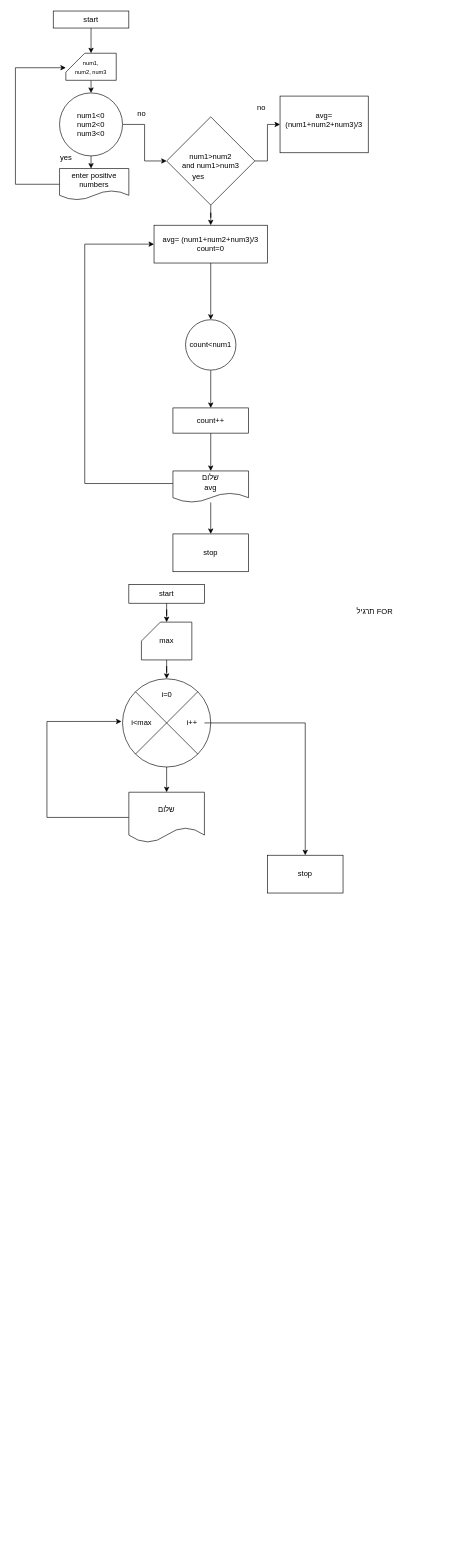
Above: page "23.11 שיעור" (9 of 10) of Untitled Diagram.drawio in IrisBo/test0001 (draw.io), before the change. Source tidied: cells renumbered, new cells numbered last; positions are measured from the earlier drawing's top-left corner, leaving out a move shared by most shapes. Both pictures are drawn from the tidied source at 63%, with x=0, y=0 at pixel (15, 11).
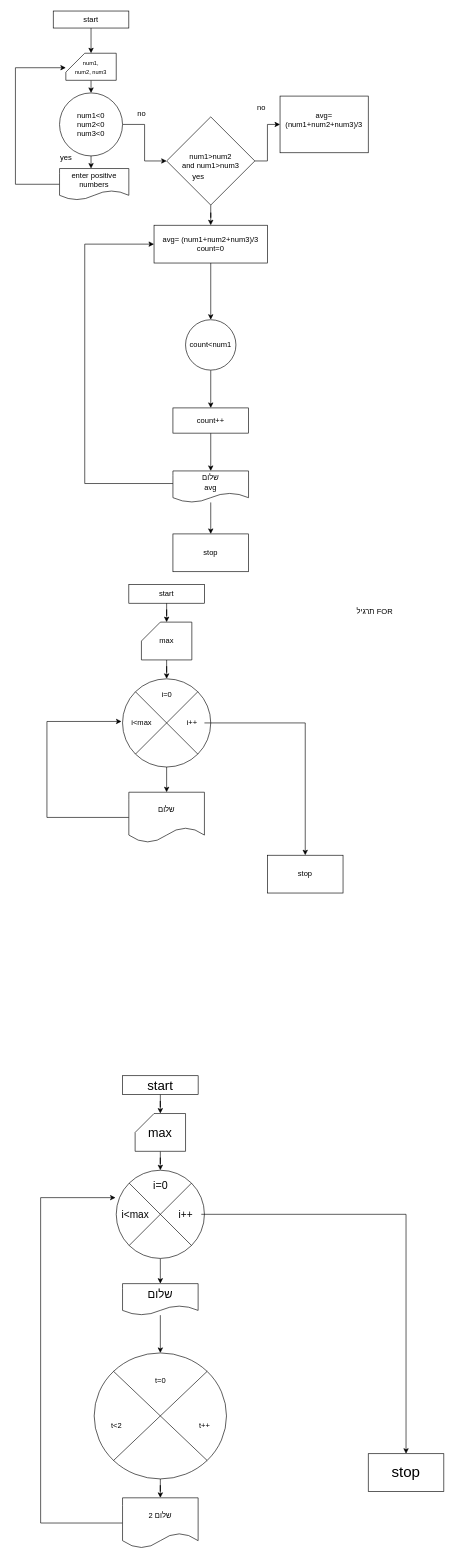
Above is the later version.

Diff of the diagram source:
```diff
@@
+    <mxCell id="47" style="edgeStyle=orthogonalEdgeStyle;rounded=0;jettySize=auto;html=1;" parent="1" edge="1" source="52" target="50">
+      <mxGeometry relative="1" as="geometry" />
+    </mxCell>
+    <mxCell id="48" value="&lt;font style=&quot;font-size: 21px;&quot;&gt;start&lt;/font&gt;" style="rounded=0;whiteSpace=wrap;html=1;" parent="1" vertex="1">
+      <mxGeometry x="170" y="1690" width="120" height="30" as="geometry" />
+    </mxCell>
+    <mxCell id="49" style="edgeStyle=orthogonalEdgeStyle;rounded=0;jettySize=auto;html=1;" parent="1" edge="1" source="50" target="60">
+      <mxGeometry relative="1" as="geometry" />
+    </mxCell>
+    <mxCell id="50" style="ellipse;whiteSpace=wrap;html=1;rounded=0;" parent="1" vertex="1">
+      <mxGeometry x="160" y="1840" width="140" height="140" as="geometry" />
+    </mxCell>
+    <mxCell id="51" style="edgeStyle=orthogonalEdgeStyle;rounded=0;jettySize=auto;html=1;" parent="1" edge="1" source="48" target="52">
+      <mxGeometry relative="1" as="geometry" />
+    </mxCell>
+    <mxCell id="52" value="&lt;font style=&quot;font-size: 20px;&quot;&gt;max&lt;/font&gt;" style="shape=card;whiteSpace=wrap;html=1;" parent="1" vertex="1">
+      <mxGeometry x="190" y="1750" width="80" height="60" as="geometry" />
+    </mxCell>
+    <mxCell id="53" style="endArrow=none;html=1;rounded=0;entryX=1;entryY=0;entryDx=0;entryDy=0;exitX=0;exitY=1;exitDx=0;exitDy=0;" parent="1" edge="1" source="50" target="50">
+      <mxGeometry relative="1" as="geometry" />
+    </mxCell>
+    <mxCell id="54" value="&lt;font style=&quot;font-size: 17px;&quot;&gt;i=0&lt;/font&gt;" style="text;html=1;align=center;verticalAlign=middle;strokeColor=none;fillColor=none;" parent="1" vertex="1">
+      <mxGeometry x="205" y="1850" width="50" height="30" as="geometry" />
+    </mxCell>
+    <mxCell id="55" style="endArrow=none;html=1;rounded=0;entryX=1;entryY=1;entryDx=0;entryDy=0;exitX=0;exitY=0;exitDx=0;exitDy=0;" parent="1" edge="1" source="50" target="50">
+      <mxGeometry relative="1" as="geometry" />
+    </mxCell>
+    <mxCell id="56" style="edgeStyle=orthogonalEdgeStyle;rounded=0;jettySize=auto;html=1;" parent="1" edge="1" source="57" target="68">
+      <mxGeometry relative="1" as="geometry" />
+    </mxCell>
+    <mxCell id="57" value="&lt;font style=&quot;font-size: 16px;&quot;&gt;i++&lt;/font&gt;" style="text;html=1;align=center;verticalAlign=middle;points=[];strokeColor=none;fillColor=none;" parent="1" vertex="1">
+      <mxGeometry x="245" y="1895" width="50" height="30" as="geometry" />
+    </mxCell>
+    <mxCell id="58" value="&lt;font style=&quot;font-size: 16px;&quot;&gt;i&amp;lt;max&lt;/font&gt;" style="text;html=1;align=center;verticalAlign=middle;strokeColor=none;fillColor=none;" parent="1" vertex="1">
+      <mxGeometry x="155" y="1895" width="70" height="30" as="geometry" />
+    </mxCell>
+    <mxCell id="59" style="edgeStyle=orthogonalEdgeStyle;rounded=0;jettySize=auto;html=1;" parent="1" edge="1" source="60" target="62">
+      <mxGeometry relative="1" as="geometry" />
+    </mxCell>
+    <mxCell id="60" value="&lt;font style=&quot;font-size: 18px;&quot;&gt;שלום&lt;/font&gt;" style="shape=document;whiteSpace=wrap;html=1;boundedLbl=1;rounded=0;" parent="1" vertex="1">
+      <mxGeometry x="170" y="2020" width="120" height="50" as="geometry" />
+    </mxCell>
+    <mxCell id="61" style="edgeStyle=orthogonalEdgeStyle;rounded=0;jettySize=auto;html=1;" parent="1" edge="1" source="62" target="67">
+      <mxGeometry relative="1" as="geometry" />
+    </mxCell>
+    <mxCell id="62" style="shape=sumEllipse;perimeter=ellipsePerimeter;whiteSpace=wrap;html=1;backgroundOutline=1;" parent="1" vertex="1">
+      <mxGeometry x="125" y="2130" width="210" height="200" as="geometry" />
+    </mxCell>
+    <mxCell id="63" value="t=0" style="text;html=1;align=center;verticalAlign=middle;strokeColor=none;fillColor=none;" parent="1" vertex="1">
+      <mxGeometry x="210" y="2160" width="40" height="30" as="geometry" />
+    </mxCell>
+    <mxCell id="64" value="t++" style="text;html=1;align=center;verticalAlign=middle;strokeColor=none;fillColor=none;" parent="1" vertex="1">
+      <mxGeometry x="280" y="2230" width="40" height="30" as="geometry" />
+    </mxCell>
+    <mxCell id="65" value="t&amp;lt;2" style="text;html=1;align=center;verticalAlign=middle;strokeColor=none;fillColor=none;" parent="1" vertex="1">
+      <mxGeometry x="140" y="2230" width="40" height="30" as="geometry" />
+    </mxCell>
+    <mxCell id="66" style="edgeStyle=orthogonalEdgeStyle;rounded=0;jettySize=auto;html=1;entryX=-0.008;entryY=0.311;entryDx=0;entryDy=0;entryPerimeter=0;" parent="1" edge="1" source="67" target="50">
+      <mxGeometry relative="1" as="geometry">
+        <Array as="points">
+          <mxPoint x="40" y="2400" />
+          <mxPoint x="40" y="1884" />
+        </Array>
+      </mxGeometry>
+    </mxCell>
+    <mxCell id="67" value="שלום 2" style="shape=document;whiteSpace=wrap;html=1;boundedLbl=1;" parent="1" vertex="1">
+      <mxGeometry x="170" y="2360" width="120" height="80" as="geometry" />
+    </mxCell>
+    <mxCell id="68" value="&lt;font style=&quot;font-size: 24px;&quot;&gt;stop&lt;/font&gt;" style="whiteSpace=wrap;html=1;" parent="1" vertex="1">
+      <mxGeometry x="560" y="2290" width="120" height="60" as="geometry" />
+    </mxCell>
```
